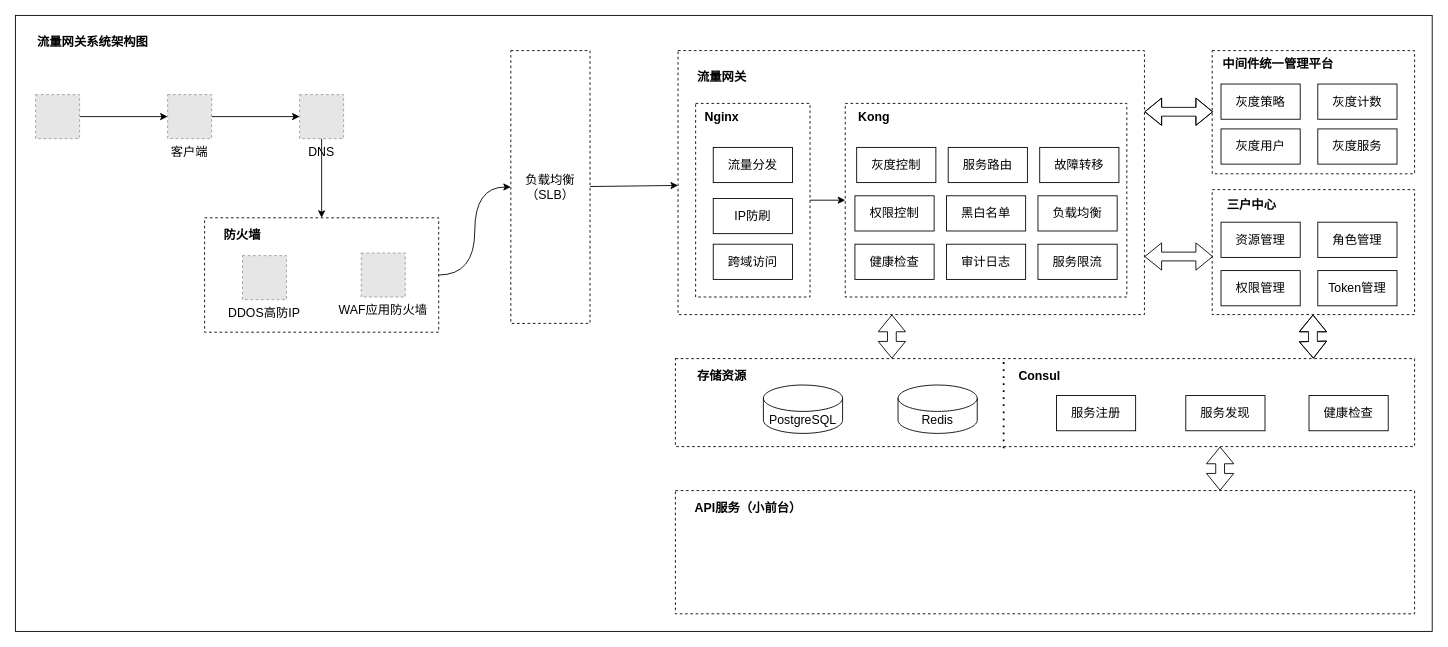
Before: 流量网关系统架构图.drawio in liym1992/tips, a draw.io diagram. Source tidied: cells renumbered, new cells numbered last; positions are measured from the earlier drawing's top-left corner, leaving out a move shared by most shapes. Both pictures are drawn from the tidied source at 88%, with x=0, y=0 at pixel (15, 15). Pictures stored in the file or linked from it are replaced by grey dashed boxes.
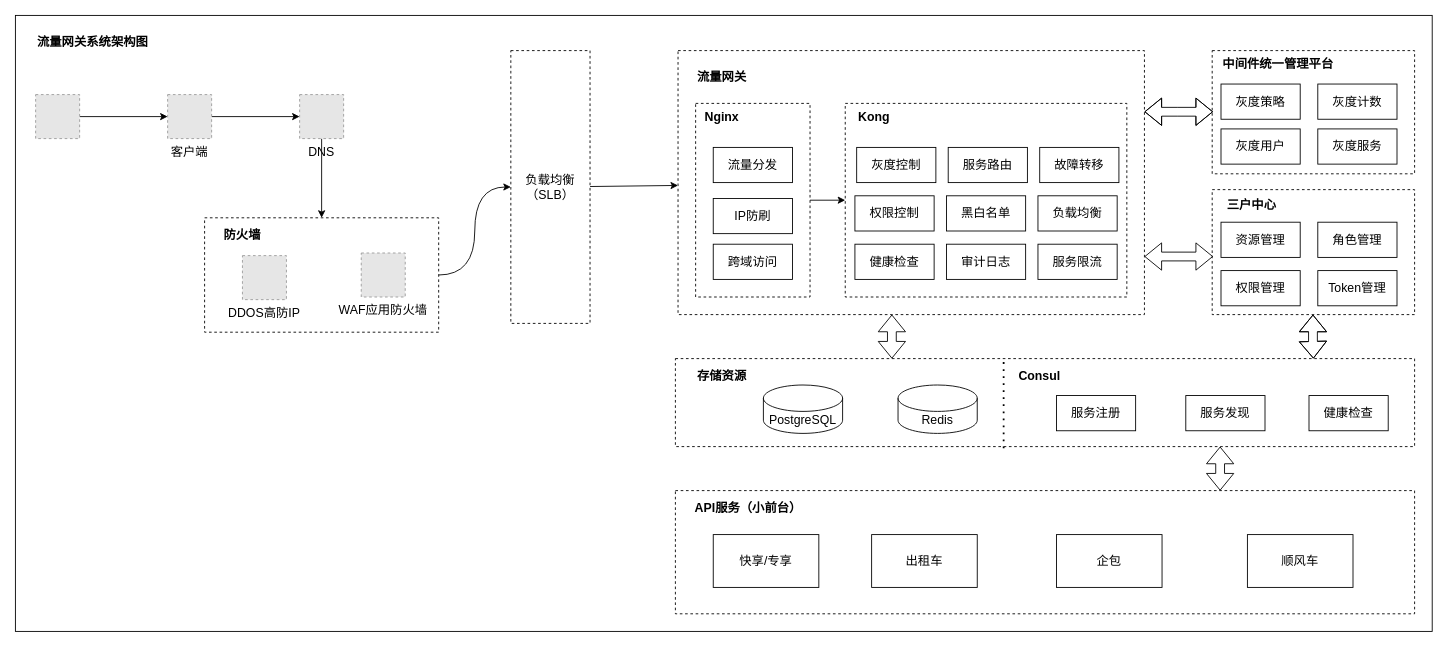
The same page after the edit.

Commit message (it also covers changes not shown here):
更新流量网关系统架构图.drawio

The edit, as a diff of the source:
```diff
@@
+    <mxCell id="64" value="快享/专享" style="rounded=0;whiteSpace=wrap;html=1;fontSize=14;" parent="1" vertex="1">
+      <mxGeometry x="793" y="590" width="120" height="60" as="geometry" />
+    </mxCell>
+    <mxCell id="65" value="出租车" style="rounded=0;whiteSpace=wrap;html=1;fontSize=14;" parent="1" vertex="1">
+      <mxGeometry x="973" y="590" width="120" height="60" as="geometry" />
+    </mxCell>
+    <mxCell id="66" value="企包" style="rounded=0;whiteSpace=wrap;html=1;fontSize=14;" parent="1" vertex="1">
+      <mxGeometry x="1183" y="590" width="120" height="60" as="geometry" />
+    </mxCell>
+    <mxCell id="67" value="顺风车" style="rounded=0;whiteSpace=wrap;html=1;fontSize=14;" parent="1" vertex="1">
+      <mxGeometry x="1400" y="590" width="120" height="60" as="geometry" />
+    </mxCell>
```
